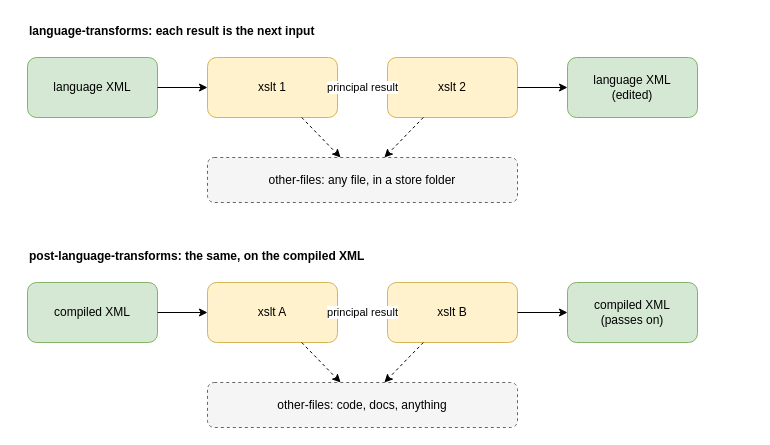
Earlier version of the draw.io diagram drawio/17_xslt_chain.drawio (goloveshin/galimatron_doc). Source tidied: cells renumbered, new cells numbered last; positions are measured from the earlier drawing's top-left corner, leaving out a move shared by most shapes. Both pictures are drawn from the tidied source at 100%, with x=0, y=0 at pixel (27, 17).
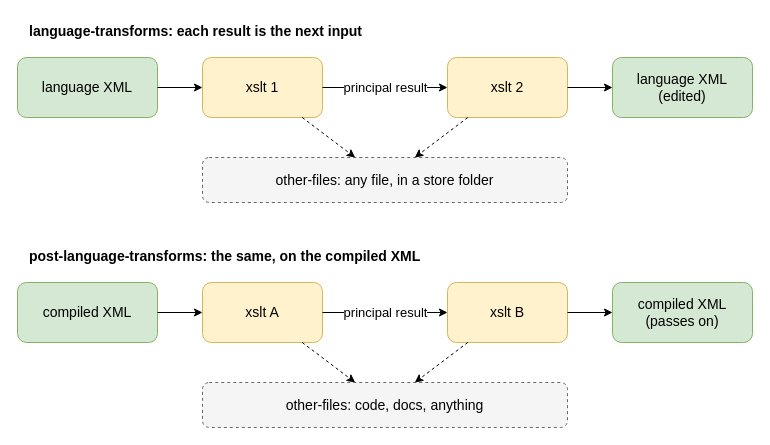
After the change.

Diff of the diagram source:
```diff
@@
-    <mxCell id="2" value="language-transforms: each result is the next input" style="text;html=1;whiteSpace=wrap;verticalAlign=middle;align=left;fontStyle=1;" parent="1" vertex="1">
+    <mxCell id="2" value="language-transforms: each result is the next input" style="text;html=1;whiteSpace=wrap;verticalAlign=middle;align=left;fontStyle=1;fontSize=14;" parent="1" vertex="1">
       <mxGeometry width="700" height="28" as="geometry" />
     </mxCell>
-    <mxCell id="3" value="language XML" style="rounded=1;whiteSpace=wrap;html=1;fillColor=#d5e8d4;strokeColor=#82b366;" parent="1" vertex="1">
-      <mxGeometry y="40" width="130" height="60" as="geometry" />
+    <mxCell id="3" value="language XML" style="rounded=1;whiteSpace=wrap;html=1;fillColor=#d5e8d4;strokeColor=#82b366;fontSize=14;" parent="1" vertex="1">
+      <mxGeometry x="-10" y="40" width="140" height="60" as="geometry" />
     </mxCell>
-    <mxCell id="4" value="xslt 1" style="rounded=1;whiteSpace=wrap;html=1;fillColor=#fff2cc;strokeColor=#d6b656;" parent="1" vertex="1">
-      <mxGeometry x="180" y="40" width="130" height="60" as="geometry" />
+    <mxCell id="4" value="xslt 1" style="rounded=1;whiteSpace=wrap;html=1;fillColor=#fff2cc;strokeColor=#d6b656;fontSize=14;" parent="1" vertex="1">
+      <mxGeometry x="175" y="40" width="120" height="60" as="geometry" />
     </mxCell>
-    <mxCell id="5" value="xslt 2" style="rounded=1;whiteSpace=wrap;html=1;fillColor=#fff2cc;strokeColor=#d6b656;" parent="1" vertex="1">
-      <mxGeometry x="360" y="40" width="130" height="60" as="geometry" />
+    <mxCell id="5" value="xslt 2" style="rounded=1;whiteSpace=wrap;html=1;fillColor=#fff2cc;strokeColor=#d6b656;fontSize=14;" parent="1" vertex="1">
+      <mxGeometry x="420" y="40" width="120" height="60" as="geometry" />
     </mxCell>
-    <mxCell id="6" value="language XML&lt;br&gt;(edited)" style="rounded=1;whiteSpace=wrap;html=1;fillColor=#d5e8d4;strokeColor=#82b366;" parent="1" vertex="1">
-      <mxGeometry x="540" y="40" width="130" height="60" as="geometry" />
+    <mxCell id="6" value="language XML&lt;br&gt;(edited)" style="rounded=1;whiteSpace=wrap;html=1;fillColor=#d5e8d4;strokeColor=#82b366;fontSize=14;" parent="1" vertex="1">
+      <mxGeometry x="585" y="40" width="140" height="60" as="geometry" />
     </mxCell>
@@
-    <mxCell id="8" value="principal result" style="endArrow=classic;html=1;labelBackgroundColor=#ffffff;edgeStyle=none;" parent="1" edge="1" source="4" target="5">
+    <mxCell id="8" value="principal result" style="endArrow=classic;html=1;labelBackgroundColor=#ffffff;edgeStyle=none;fontSize=13;" parent="1" edge="1" source="4" target="5">
       <mxGeometry relative="1" as="geometry" />
     </mxCell>
@@
-    <mxCell id="10" value="other-files: any file, in a store folder" style="rounded=1;whiteSpace=wrap;html=1;fillColor=#f5f5f5;strokeColor=#666666;dashed=1;" parent="1" vertex="1">
-      <mxGeometry x="180" y="140" width="310" height="45" as="geometry" />
+    <mxCell id="10" value="other-files: any file, in a store folder" style="rounded=1;whiteSpace=wrap;html=1;fillColor=#f5f5f5;strokeColor=#666666;dashed=1;fontSize=14;" parent="1" vertex="1">
+      <mxGeometry x="175" y="140" width="365" height="45" as="geometry" />
     </mxCell>
@@
-    <mxCell id="13" value="post-language-transforms: the same, on the compiled XML" style="text;html=1;whiteSpace=wrap;verticalAlign=middle;align=left;fontStyle=1;" parent="1" vertex="1">
+    <mxCell id="13" value="post-language-transforms: the same, on the compiled XML" style="text;html=1;whiteSpace=wrap;verticalAlign=middle;align=left;fontStyle=1;fontSize=14;" parent="1" vertex="1">
       <mxGeometry y="225" width="700" height="28" as="geometry" />
     </mxCell>
-    <mxCell id="14" value="compiled XML" style="rounded=1;whiteSpace=wrap;html=1;fillColor=#d5e8d4;strokeColor=#82b366;" parent="1" vertex="1">
-      <mxGeometry y="265" width="130" height="60" as="geometry" />
+    <mxCell id="14" value="compiled XML" style="rounded=1;whiteSpace=wrap;html=1;fillColor=#d5e8d4;strokeColor=#82b366;fontSize=14;" parent="1" vertex="1">
+      <mxGeometry x="-10" y="265" width="140" height="60" as="geometry" />
     </mxCell>
-    <mxCell id="15" value="xslt A" style="rounded=1;whiteSpace=wrap;html=1;fillColor=#fff2cc;strokeColor=#d6b656;" parent="1" vertex="1">
-      <mxGeometry x="180" y="265" width="130" height="60" as="geometry" />
+    <mxCell id="15" value="xslt A" style="rounded=1;whiteSpace=wrap;html=1;fillColor=#fff2cc;strokeColor=#d6b656;fontSize=14;" parent="1" vertex="1">
+      <mxGeometry x="175" y="265" width="120" height="60" as="geometry" />
     </mxCell>
-    <mxCell id="16" value="xslt B" style="rounded=1;whiteSpace=wrap;html=1;fillColor=#fff2cc;strokeColor=#d6b656;" parent="1" vertex="1">
-      <mxGeometry x="360" y="265" width="130" height="60" as="geometry" />
+    <mxCell id="16" value="xslt B" style="rounded=1;whiteSpace=wrap;html=1;fillColor=#fff2cc;strokeColor=#d6b656;fontSize=14;" parent="1" vertex="1">
+      <mxGeometry x="420" y="265" width="120" height="60" as="geometry" />
     </mxCell>
-    <mxCell id="17" value="compiled XML&lt;br&gt;(passes on)" style="rounded=1;whiteSpace=wrap;html=1;fillColor=#d5e8d4;strokeColor=#82b366;" parent="1" vertex="1">
-      <mxGeometry x="540" y="265" width="130" height="60" as="geometry" />
+    <mxCell id="17" value="compiled XML&lt;br&gt;(passes on)" style="rounded=1;whiteSpace=wrap;html=1;fillColor=#d5e8d4;strokeColor=#82b366;fontSize=14;" parent="1" vertex="1">
+      <mxGeometry x="585" y="265" width="140" height="60" as="geometry" />
     </mxCell>
@@
-    <mxCell id="19" value="principal result" style="endArrow=classic;html=1;labelBackgroundColor=#ffffff;edgeStyle=none;" parent="1" edge="1" source="15" target="16">
+    <mxCell id="19" value="principal result" style="endArrow=classic;html=1;labelBackgroundColor=#ffffff;edgeStyle=none;fontSize=13;" parent="1" edge="1" source="15" target="16">
       <mxGeometry relative="1" as="geometry" />
     </mxCell>
@@
-    <mxCell id="21" value="other-files: code, docs, anything" style="rounded=1;whiteSpace=wrap;html=1;fillColor=#f5f5f5;strokeColor=#666666;dashed=1;" parent="1" vertex="1">
-      <mxGeometry x="180" y="365" width="310" height="45" as="geometry" />
+    <mxCell id="21" value="other-files: code, docs, anything" style="rounded=1;whiteSpace=wrap;html=1;fillColor=#f5f5f5;strokeColor=#666666;dashed=1;fontSize=14;" parent="1" vertex="1">
+      <mxGeometry x="175" y="365" width="365" height="45" as="geometry" />
     </mxCell>
```
